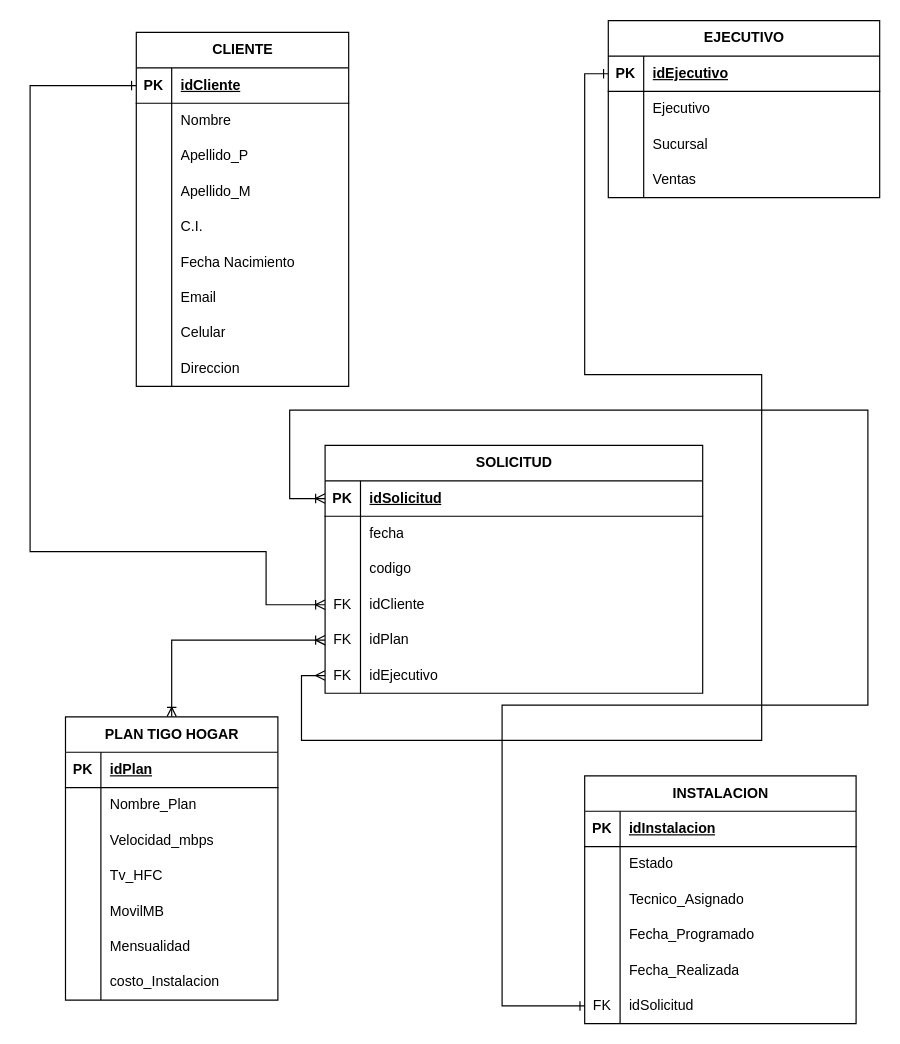
The draw.io diagram page "Modelo Relacional" (2 of 2) of Diagrama, Entidad y Relacion.drawio in Robert-VT/Proyecto-BaseDeDatos-, before the edit. Source tidied: cells renumbered, new cells numbered last; positions are measured from the earlier drawing's top-left corner, leaving out a move shared by most shapes. Both pictures are drawn from the tidied source at 118%, with x=0, y=0 at pixel (30, 20).
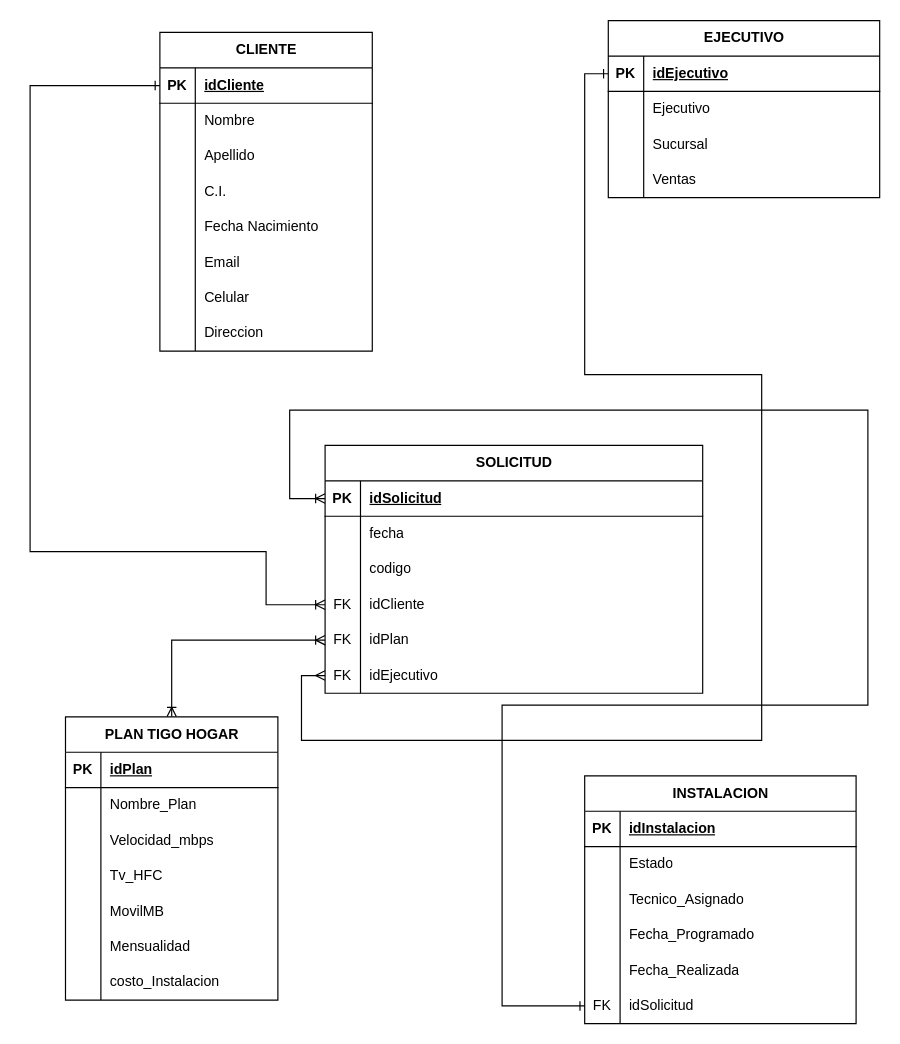
The same page after the edit.

Unchanged cells that the change refers to:
```xml
<mxCell id="10" style="shape=tableRow;horizontal=0;startSize=0;swimlaneHead=0;swimlaneBody=0;fillColor=none;top=0;left=0;right=0;bottom=0;" parent="3" vertex="1">
  <mxGeometry y="90" width="180" height="30" as="geometry" />
</mxCell>
```

What changed in the source:
```diff
@@
     <mxCell id="3" value="CLIENTE" style="shape=table;startSize=30;childLayout=tableLayout;rowLines=0;fontStyle=1;align=center;html=1;" parent="1" vertex="1">
-      <mxGeometry x="90" y="10" width="180" height="300" as="geometry" />
+      <mxGeometry x="110" y="10" width="180" height="270" as="geometry" />
     </mxCell>
@@
-    <mxCell id="12" value="&lt;font style=&quot;font-size: 12px;&quot;&gt;Apellido_P&lt;/font&gt;" style="shape=partialRectangle;fillColor=none;top=0;left=0;bottom=0;right=0;align=left;spacingLeft=6;overflow=hidden;whiteSpace=wrap;html=1;" parent="10" vertex="1">
+    <mxCell id="12" value="&lt;font style=&quot;font-size: 12px;&quot;&gt;Apellido&lt;/font&gt;" style="shape=partialRectangle;fillColor=none;top=0;left=0;bottom=0;right=0;align=left;spacingLeft=6;overflow=hidden;whiteSpace=wrap;html=1;" parent="10" vertex="1">
       <mxGeometry x="30" width="150" height="30" as="geometry" />
     </mxCell>
-    <mxCell id="13" style="shape=tableRow;horizontal=0;startSize=0;swimlaneHead=0;swimlaneBody=0;fillColor=none;top=0;left=0;right=0;bottom=0;" parent="3" vertex="1">
-      <mxGeometry y="120" width="180" height="30" as="geometry" />
-    </mxCell>
-    <mxCell id="14" style="shape=partialRectangle;fillColor=none;top=0;left=0;bottom=0;right=0;overflow=hidden;whiteSpace=wrap;html=1;" parent="13" vertex="1">
-      <mxGeometry width="30" height="30" as="geometry" />
-    </mxCell>
-    <mxCell id="15" value="Apellido_M" style="shape=partialRectangle;fillColor=none;top=0;left=0;bottom=0;right=0;align=left;spacingLeft=6;overflow=hidden;whiteSpace=wrap;html=1;" parent="13" vertex="1">
-      <mxGeometry x="30" width="150" height="30" as="geometry" />
-    </mxCell>
     <mxCell id="16" style="shape=tableRow;horizontal=0;startSize=0;swimlaneHead=0;swimlaneBody=0;fillColor=none;top=0;left=0;right=0;bottom=0;" parent="3" vertex="1">
-      <mxGeometry y="150" width="180" height="30" as="geometry" />
+      <mxGeometry y="120" width="180" height="30" as="geometry" />
     </mxCell>
@@
     <mxCell id="19" style="shape=tableRow;horizontal=0;startSize=0;swimlaneHead=0;swimlaneBody=0;fillColor=none;top=0;left=0;right=0;bottom=0;" parent="3" vertex="1">
-      <mxGeometry y="180" width="180" height="30" as="geometry" />
+      <mxGeometry y="150" width="180" height="30" as="geometry" />
     </mxCell>
@@
     <mxCell id="22" style="shape=tableRow;horizontal=0;startSize=0;swimlaneHead=0;swimlaneBody=0;fillColor=none;top=0;left=0;right=0;bottom=0;" parent="3" vertex="1">
-      <mxGeometry y="210" width="180" height="30" as="geometry" />
+      <mxGeometry y="180" width="180" height="30" as="geometry" />
     </mxCell>
@@
     <mxCell id="25" style="shape=tableRow;horizontal=0;startSize=0;swimlaneHead=0;swimlaneBody=0;fillColor=none;top=0;left=0;right=0;bottom=0;" parent="3" vertex="1">
-      <mxGeometry y="240" width="180" height="30" as="geometry" />
+      <mxGeometry y="210" width="180" height="30" as="geometry" />
     </mxCell>
@@
     <mxCell id="28" style="shape=tableRow;horizontal=0;startSize=0;swimlaneHead=0;swimlaneBody=0;fillColor=none;top=0;left=0;right=0;bottom=0;" parent="3" vertex="1">
-      <mxGeometry y="270" width="180" height="30" as="geometry" />
+      <mxGeometry y="240" width="180" height="30" as="geometry" />
     </mxCell>
```
